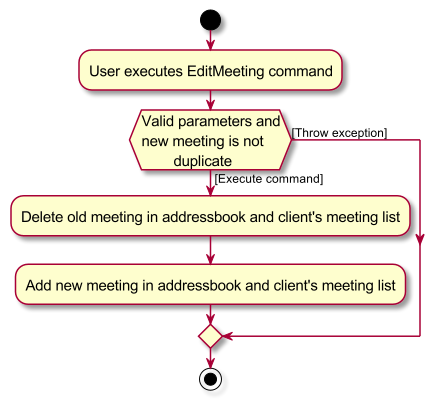
Above: docs/images/EditMeetingCommandActivityDiagram.png in sethteo/tp (PlantUML), before the change. Its source is kept beside it as docs/diagrams/EditMeetingCommandActivityDiagram.puml. Its diagram source:
```plantuml
@startuml
skin rose
skinparam ActivityFontSize 15
skinparam ArrowFontSize 12
start
:User executes EditMeeting command;


if (Valid parameters and
new meeting is not
        duplicate) then ([Execute command])
    :Delete old meeting in addressbook and client's meeting list;
    :Add new meeting in addressbook and client's meeting list;
else ([Throw exception])
endif
stop
@enduml
```
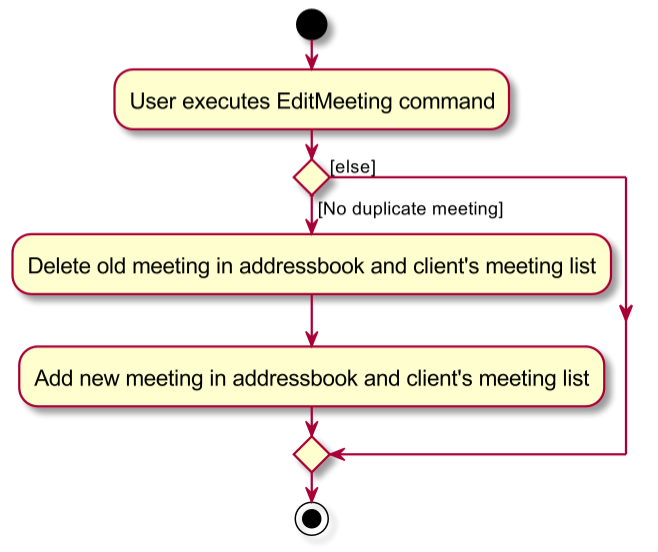
The same file after the commit.

Commit message:
Add UML diagrams

Change to the diagram source:
```diff
@@ -6,12 +6,10 @@
 :User executes EditMeeting command;
 
 
-if (Valid parameters and
-new meeting is not
-        duplicate) then ([Execute command])
+if () then ([No duplicate meeting])
     :Delete old meeting in addressbook and client's meeting list;
     :Add new meeting in addressbook and client's meeting list;
-else ([Throw exception])
+else ([else])
 endif
 stop
 @enduml
```
